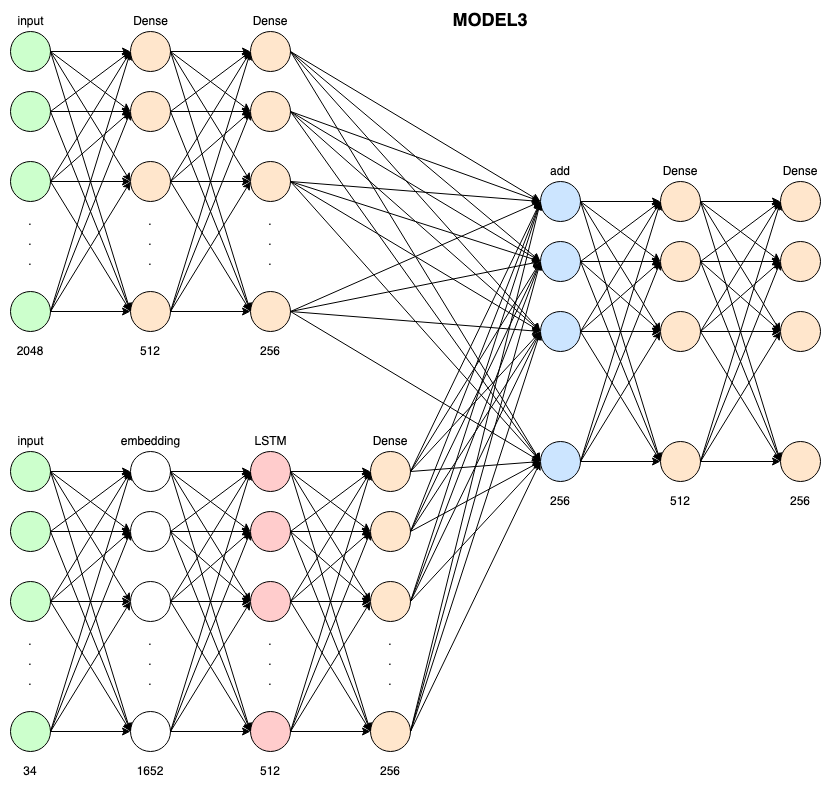
Earlier version of the draw.io export images/model3_arch.png (vipul43/image-captioning). Source tidied: cells renumbered, new cells last; positions are measured from the earlier drawing's top-left corner, leaving out a move shared by most shapes.
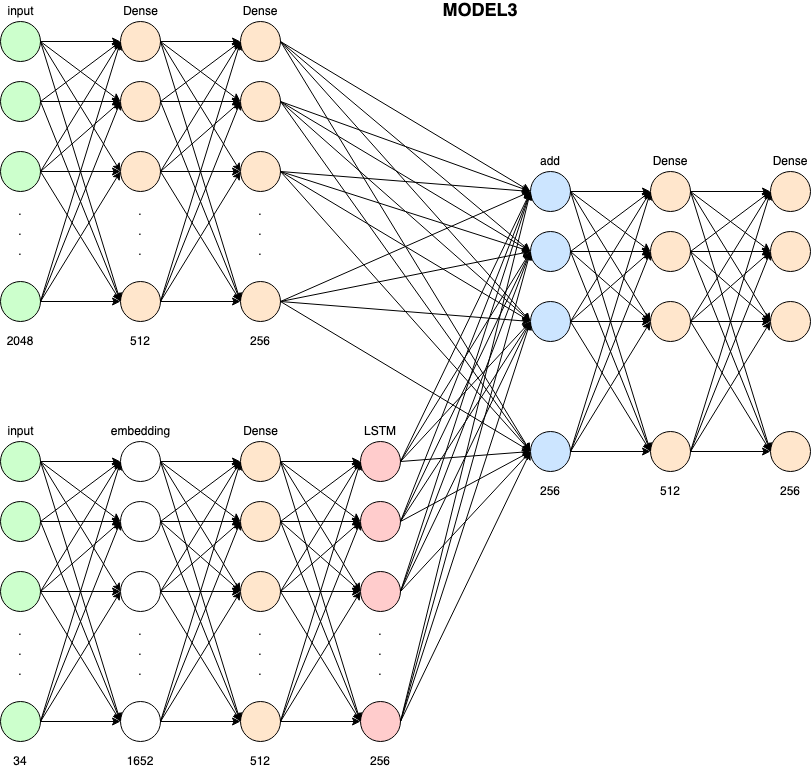
The same file after the commit.

Commit message:
modified image of model3 architecture

Change to the diagram source:
```diff
@@ -74,13 +74,13 @@
     <mxCell id="25" value="34" style="text;html=1;strokeColor=none;fillColor=none;align=center;verticalAlign=middle;whiteSpace=wrap;rounded=0;" parent="1" vertex="1">
       <mxGeometry y="750" width="40" height="20" as="geometry" />
     </mxCell>
-    <mxCell id="26" style="ellipse;whiteSpace=wrap;html=1;fillColor=#FFCCCC;" parent="1" vertex="1">
+    <mxCell id="26" style="ellipse;whiteSpace=wrap;html=1;fillColor=#FFE6CC;" parent="1" vertex="1">
       <mxGeometry x="240" y="440" width="40" height="40" as="geometry" />
     </mxCell>
-    <mxCell id="27" style="ellipse;whiteSpace=wrap;html=1;fillColor=#FFCCCC;" parent="1" vertex="1">
+    <mxCell id="27" style="ellipse;whiteSpace=wrap;html=1;fillColor=#FFE6CC;" parent="1" vertex="1">
       <mxGeometry x="240" y="500" width="40" height="40" as="geometry" />
     </mxCell>
-    <mxCell id="28" style="ellipse;whiteSpace=wrap;html=1;fillColor=#FFCCCC;" parent="1" vertex="1">
+    <mxCell id="28" style="ellipse;whiteSpace=wrap;html=1;fillColor=#FFE6CC;" parent="1" vertex="1">
       <mxGeometry x="240" y="570" width="40" height="40" as="geometry" />
     </mxCell>
     <mxCell id="29" value="." style="text;html=1;strokeColor=none;fillColor=none;align=center;verticalAlign=middle;whiteSpace=wrap;rounded=0;" parent="1" vertex="1">
@@ -92,19 +92,19 @@
     <mxCell id="31" value="." style="text;html=1;strokeColor=none;fillColor=none;align=center;verticalAlign=middle;whiteSpace=wrap;rounded=0;" parent="1" vertex="1">
       <mxGeometry x="240" y="660" width="40" height="20" as="geometry" />
     </mxCell>
-    <mxCell id="32" style="ellipse;whiteSpace=wrap;html=1;fillColor=#FFCCCC;" parent="1" vertex="1">
+    <mxCell id="32" style="ellipse;whiteSpace=wrap;html=1;fillColor=#FFE6CC;" parent="1" vertex="1">
       <mxGeometry x="240" y="700" width="40" height="40" as="geometry" />
     </mxCell>
     <mxCell id="33" value="1652" style="text;html=1;strokeColor=none;fillColor=none;align=center;verticalAlign=middle;whiteSpace=wrap;rounded=0;" parent="1" vertex="1">
       <mxGeometry x="120" y="750" width="40" height="20" as="geometry" />
     </mxCell>
-    <mxCell id="34" style="ellipse;whiteSpace=wrap;html=1;fillColor=#FFE6CC;" parent="1" vertex="1">
+    <mxCell id="34" style="ellipse;whiteSpace=wrap;html=1;fillColor=#FFCCCC;" parent="1" vertex="1">
       <mxGeometry x="360" y="440" width="40" height="40" as="geometry" />
     </mxCell>
-    <mxCell id="35" style="ellipse;whiteSpace=wrap;html=1;fillColor=#FFE6CC;" parent="1" vertex="1">
+    <mxCell id="35" style="ellipse;whiteSpace=wrap;html=1;fillColor=#FFCCCC;" parent="1" vertex="1">
       <mxGeometry x="360" y="500" width="40" height="40" as="geometry" />
     </mxCell>
-    <mxCell id="36" style="ellipse;whiteSpace=wrap;html=1;fillColor=#FFE6CC;" parent="1" vertex="1">
+    <mxCell id="36" style="ellipse;whiteSpace=wrap;html=1;fillColor=#FFCCCC;" parent="1" vertex="1">
       <mxGeometry x="360" y="570" width="40" height="40" as="geometry" />
     </mxCell>
     <mxCell id="37" value="." style="text;html=1;strokeColor=none;fillColor=none;align=center;verticalAlign=middle;whiteSpace=wrap;rounded=0;" parent="1" vertex="1">
@@ -116,7 +116,7 @@
     <mxCell id="39" value="." style="text;html=1;strokeColor=none;fillColor=none;align=center;verticalAlign=middle;whiteSpace=wrap;rounded=0;" parent="1" vertex="1">
       <mxGeometry x="360" y="660" width="40" height="20" as="geometry" />
     </mxCell>
-    <mxCell id="40" style="ellipse;whiteSpace=wrap;html=1;fillColor=#FFE6CC;" parent="1" vertex="1">
+    <mxCell id="40" style="ellipse;whiteSpace=wrap;html=1;fillColor=#FFCCCC;" parent="1" vertex="1">
       <mxGeometry x="360" y="700" width="40" height="40" as="geometry" />
     </mxCell>
     <mxCell id="41" value="512" style="text;html=1;strokeColor=none;fillColor=none;align=center;verticalAlign=middle;whiteSpace=wrap;rounded=0;" parent="1" vertex="1">
@@ -125,7 +125,7 @@
     <mxCell id="42" value="Dense" style="text;html=1;strokeColor=none;fillColor=none;align=center;verticalAlign=middle;whiteSpace=wrap;rounded=0;" parent="1" vertex="1">
       <mxGeometry x="240" width="40" height="20" as="geometry" />
     </mxCell>
-    <mxCell id="43" value="Dense" style="text;html=1;strokeColor=none;fillColor=none;align=center;verticalAlign=middle;whiteSpace=wrap;rounded=0;" parent="1" vertex="1">
+    <mxCell id="43" value="LSTM" style="text;html=1;strokeColor=none;fillColor=none;align=center;verticalAlign=middle;whiteSpace=wrap;rounded=0;" parent="1" vertex="1">
       <mxGeometry x="360" y="420" width="40" height="20" as="geometry" />
     </mxCell>
     <mxCell id="44" style="endArrow=classic;html=1;exitX=1;exitY=0.5;exitDx=0;exitDy=0;entryX=0;entryY=0.5;entryDx=0;entryDy=0;" parent="1" edge="1" source="2" target="11">
@@ -181,7 +181,7 @@
     <mxCell id="60" value="embedding" style="text;html=1;align=center;verticalAlign=middle;" parent="1" vertex="1">
       <mxGeometry x="105" y="420" width="70" height="20" as="geometry" />
     </mxCell>
-    <mxCell id="61" value="LSTM" style="text;html=1;align=center;verticalAlign=middle;" parent="1" vertex="1">
+    <mxCell id="61" value="Dense" style="text;html=1;align=center;verticalAlign=middle;" parent="1" vertex="1">
       <mxGeometry x="235" y="420" width="50" height="20" as="geometry" />
     </mxCell>
     <mxCell id="62" style="endArrow=classic;html=1;exitX=1;exitY=0.5;exitDx=0;exitDy=0;entryX=0;entryY=0.5;entryDx=0;entryDy=0;" parent="1" edge="1" source="18" target="26">
```
